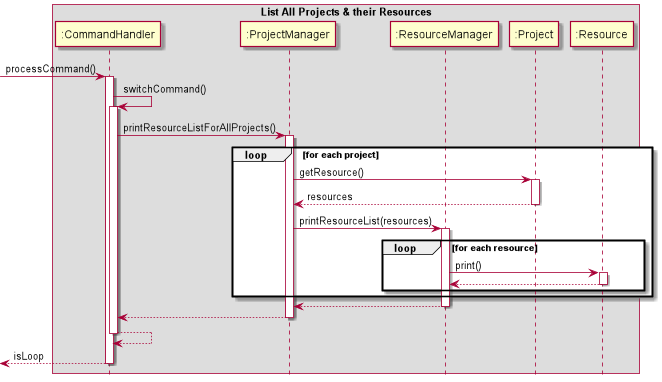
Earlier version of the PlantUML export docs/puml_img/ListAllProjectResources.png (s-t-e-f/tp).
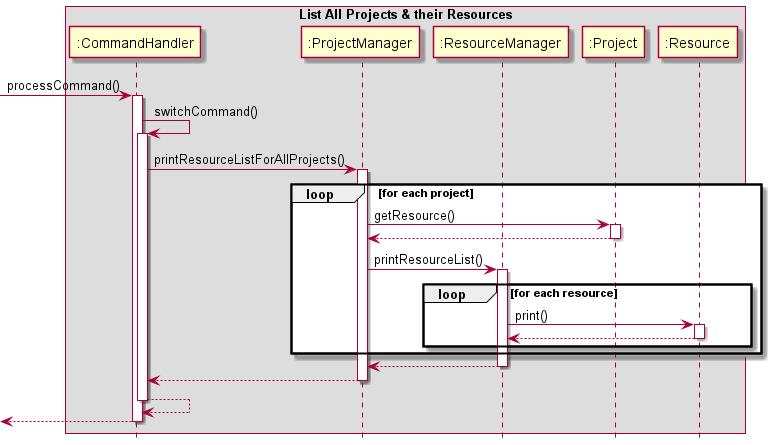
The same file after the commit.

Commit message:
Remove return types and parameters in list-all & list p/PROJECT_NAME  sequence diagrams.

Diff of the diagram source:
```diff
@@ -19,8 +19,8 @@
 loop for each project
     PM -> P: getResource()
     activate P
-    return resources
-    PM -> RM: printResourceList(resources)
+    return
+    PM -> RM: printResourceList()
     activate RM
     loop for each resource
         RM->R: print()
@@ -31,6 +31,6 @@
 return
 return
 return
-return isLoop
+return
 
 @enduml
```
